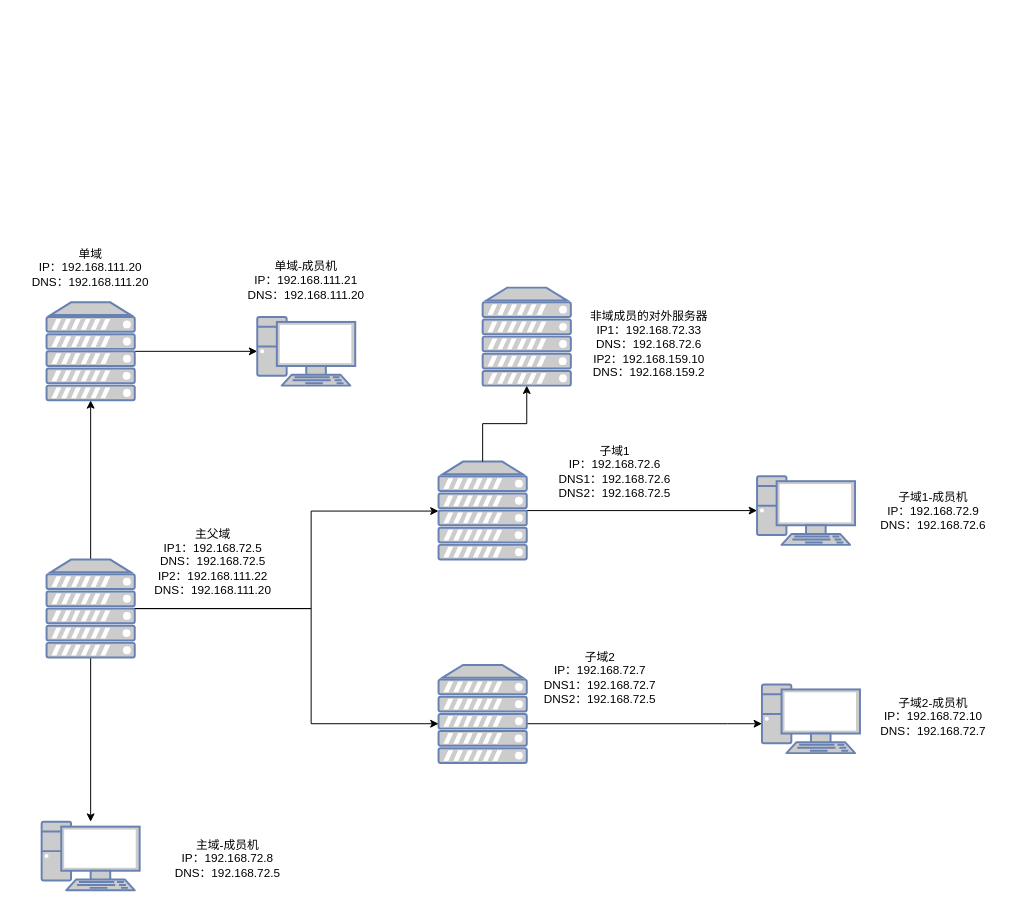
This is 父子域.drawio from crzliang/drow.io, a draw.io file, before an edit. Source tidied: cells renumbered, new cells numbered last; positions are measured from the earlier drawing's top-left corner, leaving out a move shared by most shapes. Both pictures are drawn from the tidied source at 98%, with x=0, y=0 at pixel (17, 233).
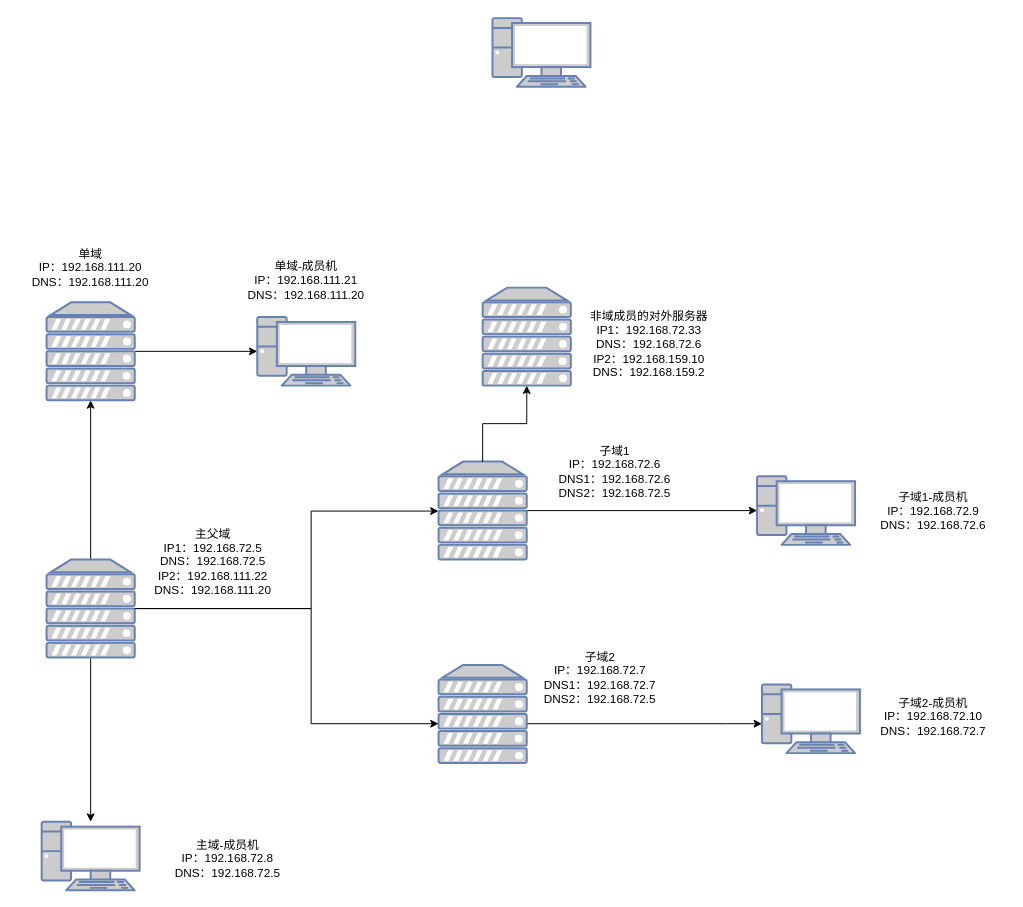
The same diagram, later.

Commit message:
更新父子域.drawio

The edit, as a diff of the source:
```diff
@@
+    <mxCell id="28" style="fontColor=#0066CC;verticalAlign=top;verticalLabelPosition=bottom;labelPosition=center;align=center;html=1;fillColor=#CCCCCC;strokeColor=#6881B3;gradientColor=none;gradientDirection=north;strokeWidth=2;shape=mxgraph.networks.pc;" parent="1" vertex="1">
+      <mxGeometry x="485" y="-220" width="100" height="70" as="geometry" />
+    </mxCell>
```
